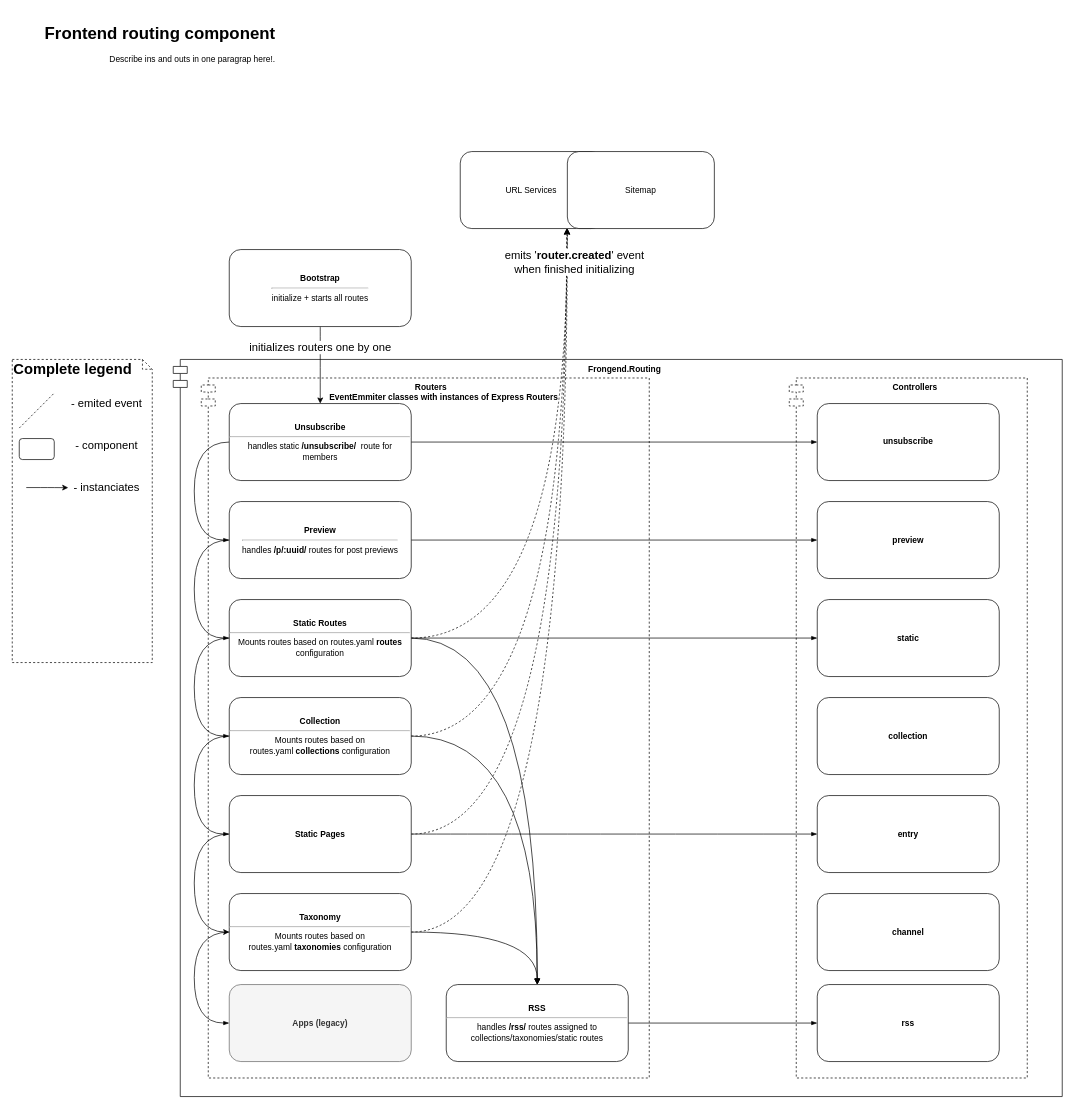
The draw.io diagram page "Frontend.Routing" (4 of 7) of ghost.drawio in TryGhost/architecture-diagrams, before the edit. Source tidied: cells renumbered, new cells numbered last; positions are measured from the earlier drawing's top-left corner, leaving out a move shared by most shapes. Both pictures are drawn from the tidied source at 70%, with x=0, y=0 at pixel (12, 19).
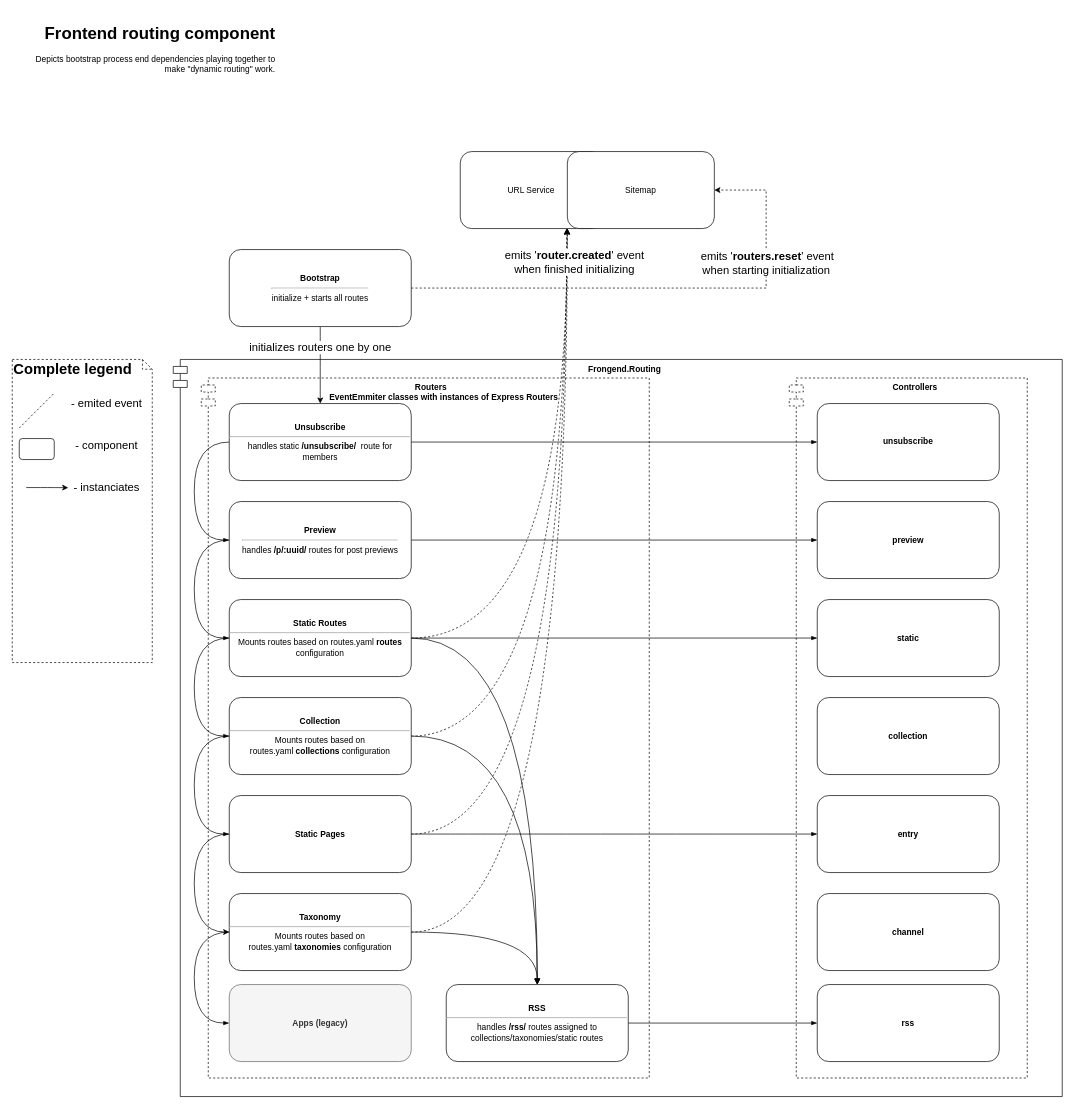
Above is the later version.

Commit message (it also covers changes not shown here):
Added sitemap service diagram

The change refers to these unchanged cells:
```xml
<mxCell id="37" value="Bootstrap&lt;br&gt;&lt;hr&gt;&lt;span style=&quot;font-weight: normal&quot;&gt;initialize + starts all routes&lt;/span&gt;" style="rounded=1;whiteSpace=wrap;html=1;fontStyle=1;" parent="1" vertex="1">
  <mxGeometry x="310" y="329" width="260" height="110" as="geometry" />
</mxCell>
<mxCell id="41" value="Sitemap" style="rounded=1;whiteSpace=wrap;html=1;" parent="1" vertex="1">
  <mxGeometry x="793" y="189" width="210" height="110" as="geometry" />
</mxCell>
```

The edit, as a diff of the source:
```diff
@@
+    <mxCell id="50" value="&amp;nbsp;&lt;span style=&quot;font-size: 16px&quot;&gt;emits '&lt;/span&gt;&lt;b style=&quot;font-size: 16px&quot;&gt;routers.reset&lt;/b&gt;&lt;span style=&quot;font-size: 16px&quot;&gt;' event&lt;/span&gt;&lt;br style=&quot;font-size: 16px&quot;&gt;&lt;span style=&quot;font-size: 16px&quot;&gt;when starting initialization&lt;/span&gt;" style="edgeStyle=orthogonalEdgeStyle;rounded=0;jettySize=auto;html=1;entryX=1;entryY=0.5;entryDx=0;entryDy=0;dashed=1;" parent="1" edge="1" source="37" target="41">
+      <mxGeometry x="0.41" y="35" relative="1" as="geometry">
+        <Array as="points">
+          <mxPoint x="1077" y="384" />
+          <mxPoint x="1077" y="244" />
+        </Array>
+        <mxPoint x="35" y="-35" as="offset" />
+      </mxGeometry>
+    </mxCell>
@@
-    <mxCell id="40" value="URL Services" style="rounded=1;whiteSpace=wrap;html=1;" parent="1" vertex="1">
+    <mxCell id="40" value="URL Service" style="rounded=1;whiteSpace=wrap;html=1;" parent="1" vertex="1">
       <mxGeometry x="640" y="189" width="203" height="110" as="geometry" />
     </mxCell>
@@
-    <mxCell id="49" value="&lt;h1&gt;Frontend routing component&lt;/h1&gt;&lt;p&gt;Describe ins and outs in one paragrap here!.&lt;/p&gt;" style="text;html=1;strokeColor=none;fillColor=none;spacing=5;spacingTop=-20;whiteSpace=wrap;overflow=hidden;rounded=0;align=right;" parent="1" vertex="1">
+    <mxCell id="49" value="&lt;h1&gt;Frontend routing component&lt;/h1&gt;&lt;p&gt;Depicts bootstrap process end dependencies playing together to make &quot;dynamic routing&quot; work.&lt;/p&gt;" style="text;html=1;strokeColor=none;fillColor=none;spacing=5;spacingTop=-20;whiteSpace=wrap;overflow=hidden;rounded=0;align=right;" parent="1" vertex="1">
       <mxGeometry width="381" height="120" as="geometry" />
     </mxCell>
```
